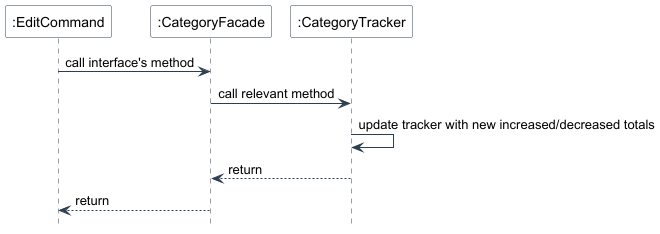
This is docs/diagrams/images/CategoryFacade Edit SequenceUML.png from nus-cs2113-AY2425S1/tp, a PlantUML export, as it was before one commit.
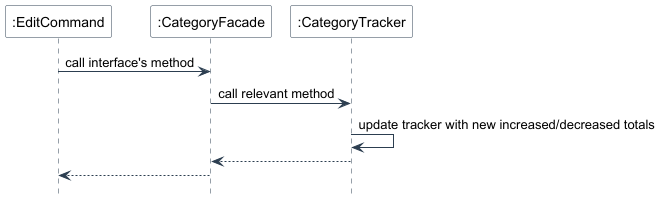
Later version of the same file.

Commit message:
Simplify sequence diagram

What changed in the source:
```diff
@@ -15,7 +15,7 @@
 EC -> CF: call interface's method
 CF -> CT: call relevant method
 CT -> CT: update tracker with new increased/decreased totals
-CT --> CF: return
-CF --> EC: return
+CT --> CF:
+CF --> EC:
 
 @enduml
```
